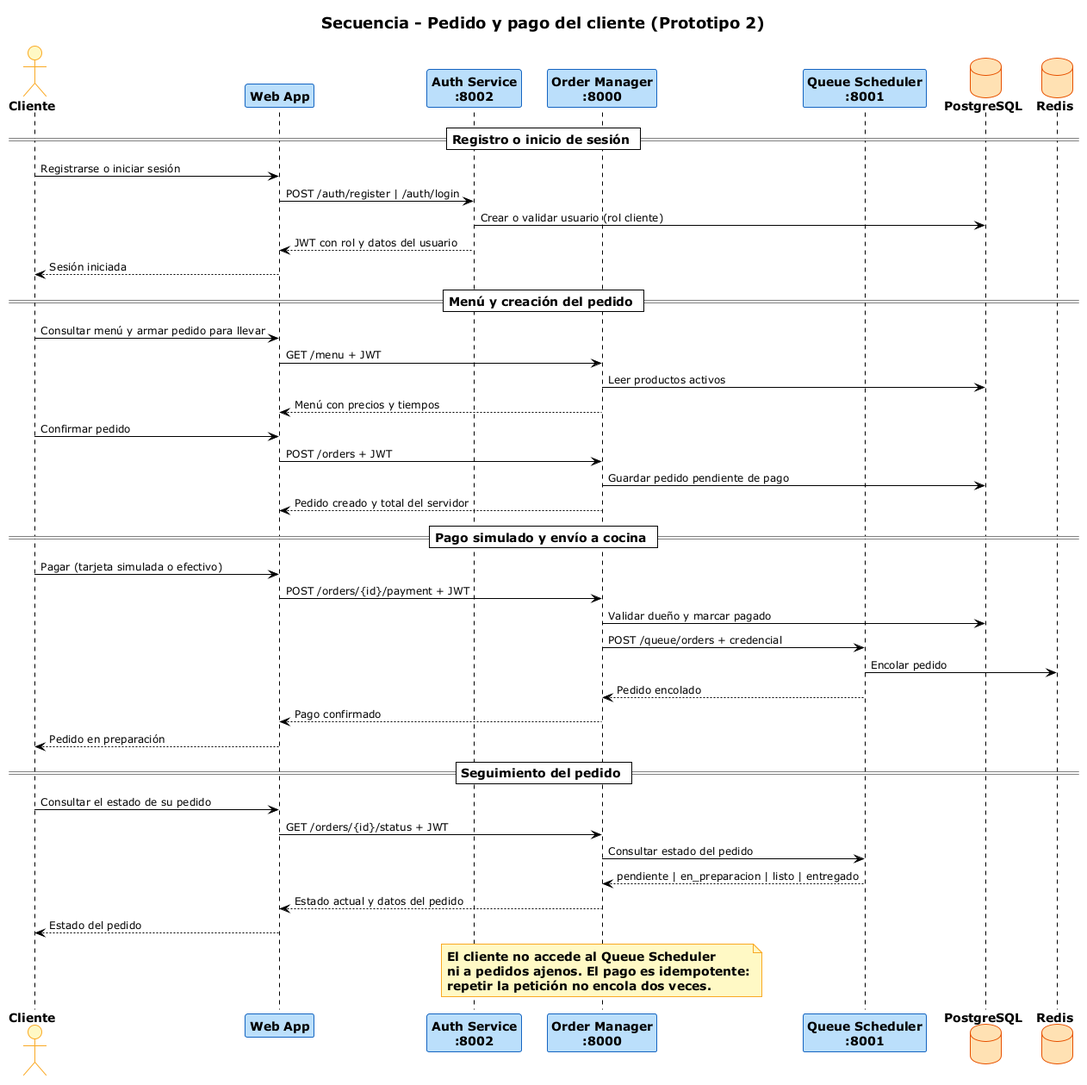
unal-sw-arch/swarch-2026ii keeps this PlantUML diagram as g3-H-PanTech/docs/secuencia_cliente_pedido.png. Above is the earlier version.
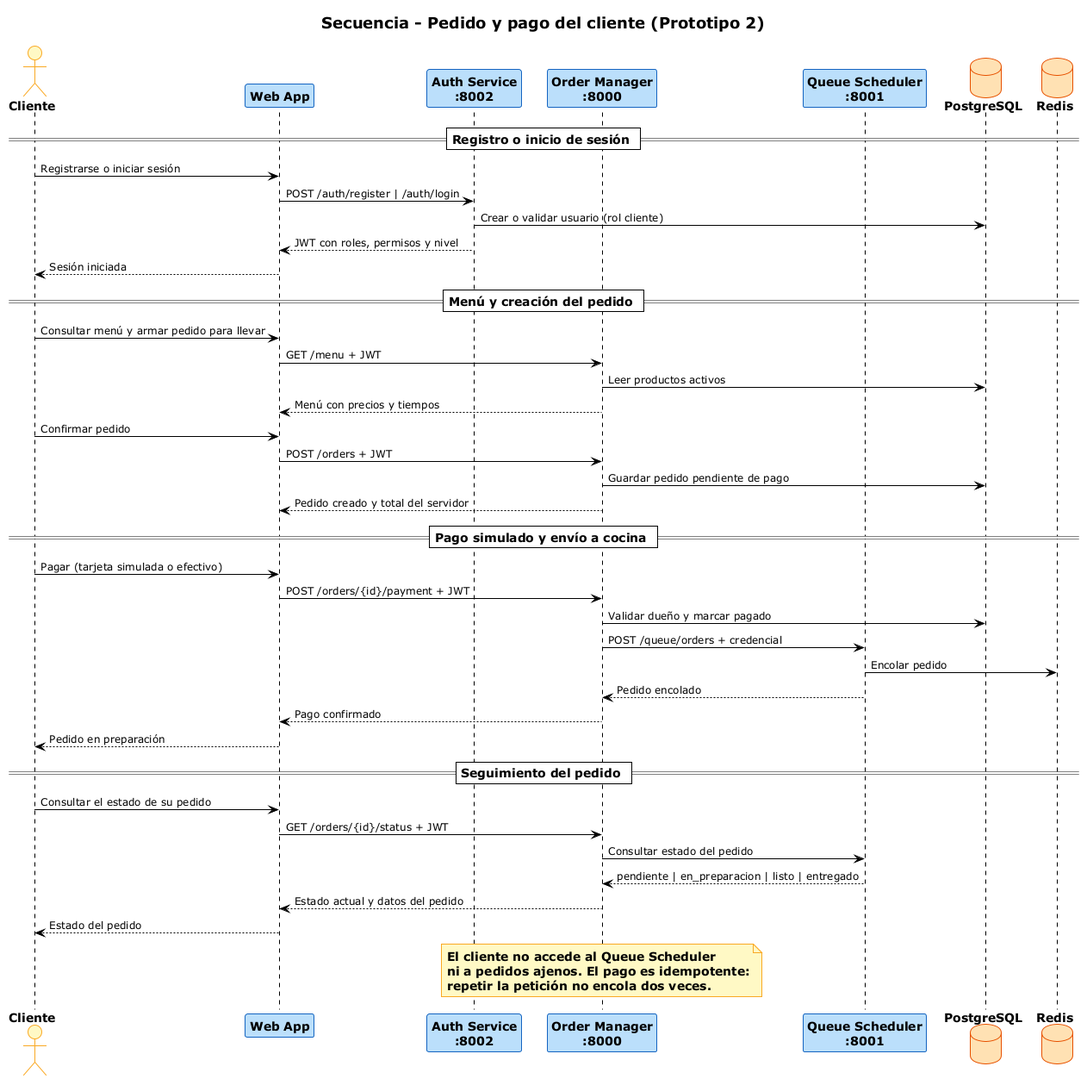
The same file after the commit.

Diff of the diagram source:
```diff
@@ -34,7 +34,7 @@
 Cliente -> Web : Registrarse o iniciar sesión
 Web -> Auth : POST /auth/register | /auth/login
 Auth -> DB : Crear o validar usuario (rol cliente)
-Auth --> Web : JWT con rol y datos del usuario
+Auth --> Web : JWT con roles, permisos y nivel
 Web --> Cliente : Sesión iniciada
 
 == Menú y creación del pedido ==
```
